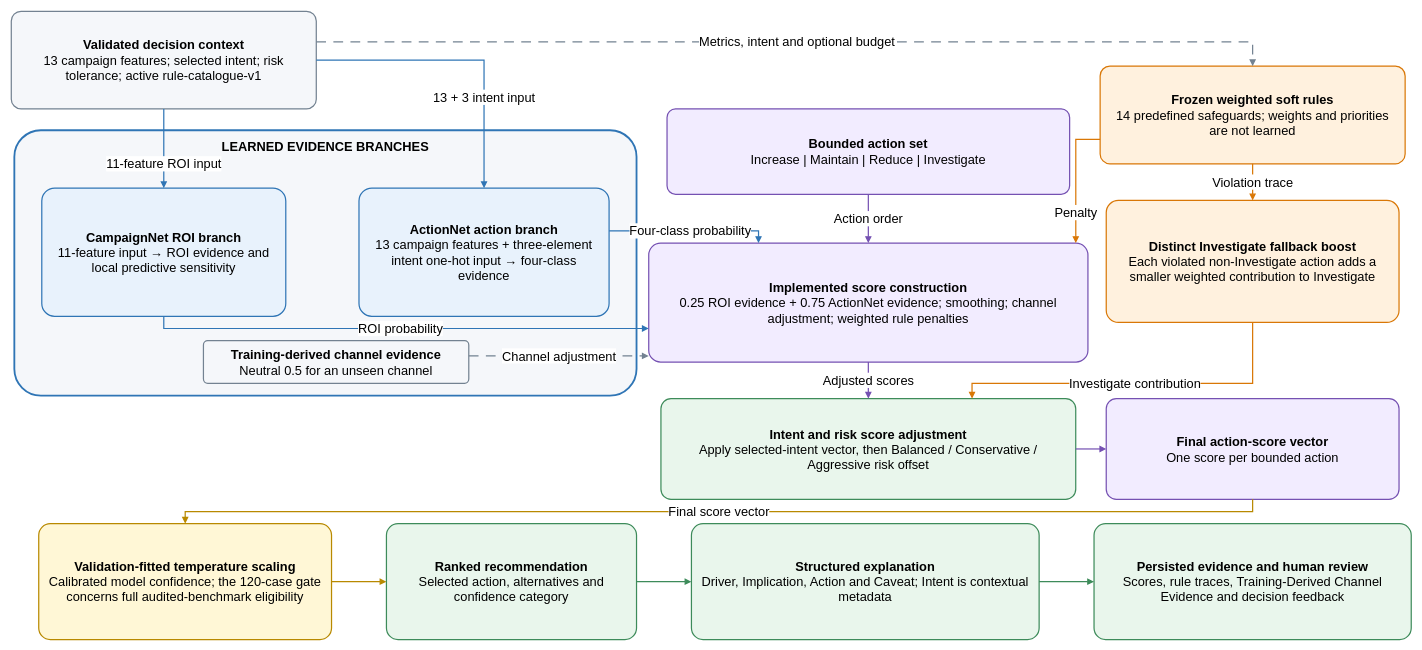
j1ngy0ng/FYP-Desicion-Support-System keeps this draw.io diagram as docs/chapter4_figures/Figure_4_3_Internal_Method_Architecture_Guidance_Revised.drawio. Above is the earlier version. Source tidied: cells renumbered, new cells numbered last; positions are measured from the earlier drawing's top-left corner, leaving out a move shared by most shapes. Both pictures are drawn from the tidied source at 61%, with x=0, y=0 at pixel (11, 11).
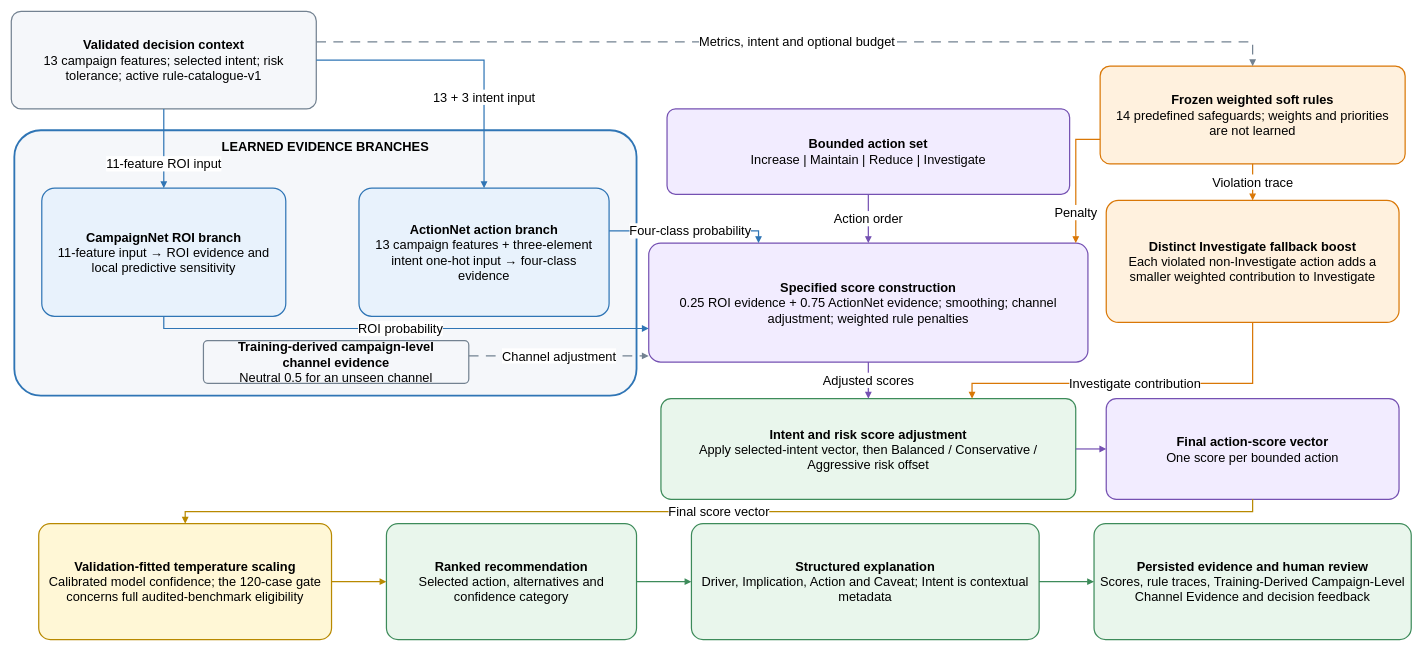
Above is the later version.

The edit, as a diff of the source:
```diff
@@
-    <mxCell id="6" value="&lt;b&gt;Training-derived channel evidence&lt;/b&gt;&lt;br&gt;Neutral 0.5 for an unseen channel" style="rounded=1;arcSize=10;whiteSpace=wrap;html=1;align=center;verticalAlign=middle;spacing=10;fontFamily=Arial;fontSize=21;fillColor=#F5F7FA;strokeColor=#738291;strokeWidth=2;" parent="1" vertex="1">
+    <mxCell id="6" value="&lt;b&gt;Training-derived campaign-level &lt;br&gt;channel evidence&lt;/b&gt;&lt;br&gt;Neutral 0.5 for an unseen channel" style="rounded=1;arcSize=10;whiteSpace=wrap;html=1;align=center;verticalAlign=middle;spacing=10;fontFamily=Arial;fontSize=21;fillColor=#F5F7FA;strokeColor=#738291;strokeWidth=2;" parent="1" vertex="1">
       <mxGeometry x="315" y="540" width="435" height="70" as="geometry" />
     </mxCell>
@@
-    <mxCell id="9" value="&lt;b&gt;Implemented score construction&lt;/b&gt;&lt;br&gt;0.25 ROI evidence + 0.75 ActionNet evidence; smoothing; channel adjustment; weighted rule penalties" style="rounded=1;arcSize=10;whiteSpace=wrap;html=1;align=center;verticalAlign=middle;spacing=10;fontFamily=Arial;fontSize=21;fillColor=#F2ECFF;strokeColor=#7551B2;strokeWidth=2;" parent="1" vertex="1">
+    <mxCell id="9" value="&lt;b&gt;Specified score construction&lt;/b&gt;&lt;br&gt;0.25 ROI evidence + 0.75 ActionNet evidence; smoothing; channel adjustment; weighted rule penalties" style="rounded=1;arcSize=10;whiteSpace=wrap;html=1;align=center;verticalAlign=middle;spacing=10;fontFamily=Arial;fontSize=21;fillColor=#F2ECFF;strokeColor=#7551B2;strokeWidth=2;" parent="1" vertex="1">
       <mxGeometry x="1045" y="380" width="720" height="195" as="geometry" />
     </mxCell>
@@
-    <mxCell id="16" value="&lt;b&gt;Persisted evidence and human review&lt;/b&gt;&lt;br&gt;Scores, rule traces, Training-Derived Channel Evidence and decision feedback" style="rounded=1;arcSize=10;whiteSpace=wrap;html=1;align=center;verticalAlign=middle;spacing=10;fontFamily=Arial;fontSize=21;fillColor=#E9F6EC;strokeColor=#3D8B5A;strokeWidth=2;" parent="1" vertex="1">
+    <mxCell id="16" value="&lt;b&gt;Persisted evidence and human review&lt;/b&gt;&lt;br&gt;Scores, rule traces, Training-Derived Campaign-Level Channel Evidence and decision feedback" style="rounded=1;arcSize=10;whiteSpace=wrap;html=1;align=center;verticalAlign=middle;spacing=10;fontFamily=Arial;fontSize=21;fillColor=#E9F6EC;strokeColor=#3D8B5A;strokeWidth=2;" parent="1" vertex="1">
       <mxGeometry x="1775" y="840" width="520" height="190" as="geometry" />
     </mxCell>
```
